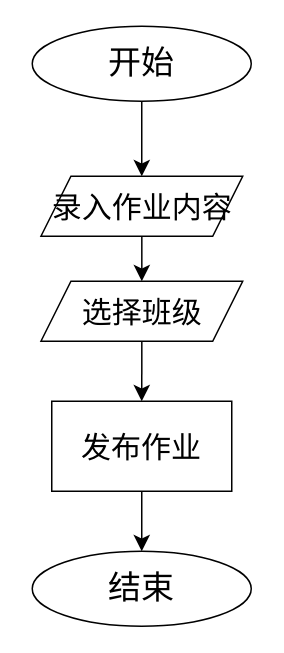
Before: page "作业发布流程图" (33 of 47) of 系统结构图.drawio in yuglei/design, a draw.io diagram. Source tidied: cells renumbered, new cells numbered last; positions are measured from the earlier drawing's top-left corner, leaving out a move shared by most shapes. Both pictures are drawn from the tidied source at 150%, with x=0, y=0 at pixel (32, 26).
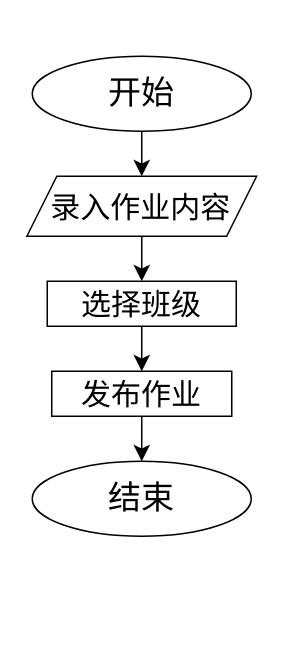
After the change.

What changed in the source:
```diff
@@
 <mxGraphModel>
   <root>
     <mxCell id="0" />
     <mxCell id="1" parent="0" />
     <mxCell id="2" style="edgeStyle=none;curved=1;rounded=0;jettySize=auto;html=1;exitX=0.5;exitY=1;exitDx=0;exitDy=0;fontSize=12;startSize=8;endSize=8;" parent="1" edge="1" source="3" target="5">
       <mxGeometry relative="1" as="geometry" />
     </mxCell>
     <mxCell id="3" value="&lt;font style=&quot;font-size: 22px;&quot;&gt;开始&lt;/font&gt;" style="ellipse;whiteSpace=wrap;html=1;" parent="1" vertex="1">
-      <mxGeometry width="146" height="50" as="geometry" />
+      <mxGeometry y="20" width="146" height="50" as="geometry" />
     </mxCell>
-    <mxCell id="4" style="edgeStyle=none;curved=1;rounded=0;jettySize=auto;html=1;exitX=0.5;exitY=1;exitDx=0;exitDy=0;fontSize=12;startSize=8;endSize=8;" parent="1" edge="1" source="5" target="10">
+    <mxCell id="4" style="edgeStyle=none;curved=1;rounded=0;jettySize=auto;html=1;exitX=0.5;exitY=1;exitDx=0;exitDy=0;entryX=0.5;entryY=0;entryDx=0;entryDy=0;fontSize=12;startSize=8;endSize=8;" parent="1" edge="1" source="5" target="10">
       <mxGeometry relative="1" as="geometry" />
     </mxCell>
     <mxCell id="5" value="&lt;span style=&quot;font-size: 20px;&quot;&gt;录入作业内容&lt;/span&gt;" style="shape=parallelogram;perimeter=parallelogramPerimeter;whiteSpace=wrap;html=1;fixedSize=1;" parent="1" vertex="1">
-      <mxGeometry x="5.8" y="100" width="134.5" height="40" as="geometry" />
+      <mxGeometry x="-3.6" y="100" width="153.2" height="40" as="geometry" />
     </mxCell>
     <mxCell id="6" style="edgeStyle=none;curved=1;rounded=0;jettySize=auto;html=1;exitX=0.5;exitY=1;exitDx=0;exitDy=0;entryX=0.5;entryY=0;entryDx=0;entryDy=0;fontSize=12;startSize=8;endSize=8;" parent="1" edge="1" source="7" target="8">
       <mxGeometry relative="1" as="geometry" />
     </mxCell>
     <mxCell id="7" value="&lt;font style=&quot;font-size: 20px;&quot;&gt;发布作业&lt;/font&gt;" style="rounded=0;whiteSpace=wrap;html=1;" parent="1" vertex="1">
-      <mxGeometry x="13" y="250" width="120" height="60" as="geometry" />
+      <mxGeometry x="13" y="230" width="120" height="30" as="geometry" />
     </mxCell>
     <mxCell id="8" value="&lt;font style=&quot;font-size: 22px;&quot;&gt;结束&lt;/font&gt;" style="ellipse;whiteSpace=wrap;html=1;" parent="1" vertex="1">
-      <mxGeometry y="350" width="146" height="50" as="geometry" />
+      <mxGeometry y="290" width="146" height="50" as="geometry" />
     </mxCell>
     <mxCell id="9" style="edgeStyle=none;curved=1;rounded=0;jettySize=auto;html=1;exitX=0.5;exitY=1;exitDx=0;exitDy=0;entryX=0.5;entryY=0;entryDx=0;entryDy=0;fontSize=12;startSize=8;endSize=8;" parent="1" edge="1" source="10" target="7">
       <mxGeometry relative="1" as="geometry" />
     </mxCell>
-    <mxCell id="10" value="&lt;span style=&quot;font-size: 20px;&quot;&gt;选择班级&lt;/span&gt;" style="shape=parallelogram;perimeter=parallelogramPerimeter;whiteSpace=wrap;html=1;fixedSize=1;" parent="1" vertex="1">
-      <mxGeometry x="5.8" y="170" width="134.5" height="40" as="geometry" />
+    <mxCell id="10" value="&lt;font style=&quot;font-size: 20px;&quot;&gt;选择班级&lt;/font&gt;" style="rounded=0;whiteSpace=wrap;html=1;" parent="1" vertex="1">
+      <mxGeometry x="10" y="170" width="126" height="30" as="geometry" />
     </mxCell>
   </root>
 </mxGraphModel>
```
